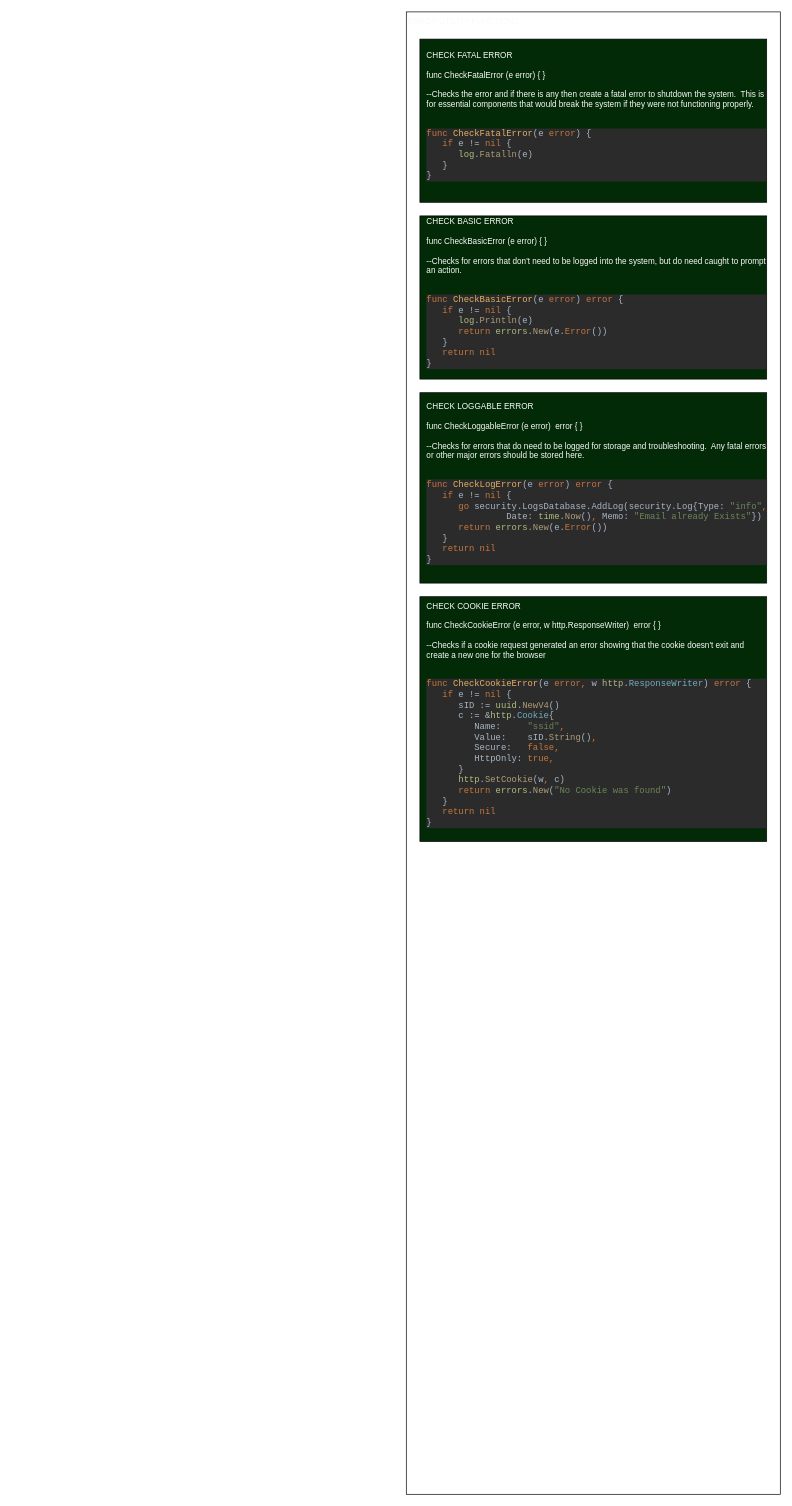
This is Errors.drawio from relicright/serverdrawing, a draw.io file, before an edit. Source tidied: cells renumbered, new cells numbered last; positions are measured from the earlier drawing's top-left corner, leaving out a move shared by most shapes. Both pictures are drawn from the tidied source at 68%, with x=0, y=0 at pixel (406, 12).
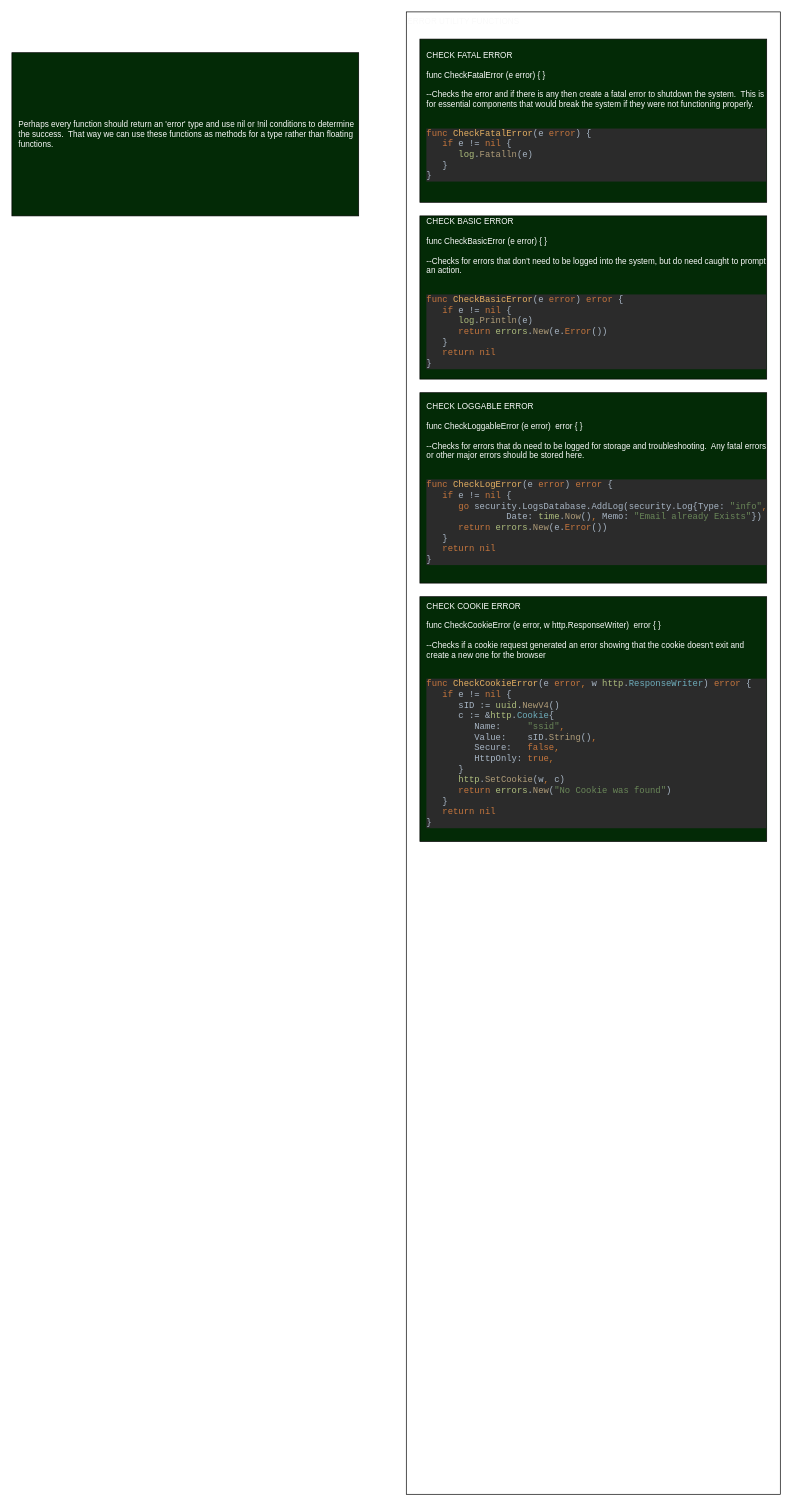
The same diagram, later.

Change to the diagram source:
```diff
@@
 <mxGraphModel>
   <root>
     <mxCell id="0" />
     <mxCell id="1" parent="0" />
     <mxCell id="2" value="ERROR UTILITY FUNCTIONS" style="rounded=0;whiteSpace=wrap;html=1;fontColor=#FAFAFA;align=left;verticalAlign=top;" parent="1" vertex="1">
       <mxGeometry width="550" height="2180" as="geometry" />
     </mxCell>
     <mxCell id="3" value="&lt;div&gt;CHECK FATAL ERROR&lt;br&gt;&lt;/div&gt;&lt;div&gt;&lt;br&gt;&lt;/div&gt;&lt;div&gt;func CheckFatalError (e error) { }&lt;/div&gt;&lt;div&gt;&lt;br&gt;&lt;/div&gt;&lt;div&gt;--Checks the error and if there is any then create a fatal error to shutdown the system.&amp;nbsp; This is for essential components that would break the system if they were not functioning properly.&lt;br&gt;&lt;/div&gt;&lt;div&gt;&lt;br&gt;&lt;/div&gt;&lt;div&gt;&lt;pre style=&quot;background-color: #2b2b2b ; color: #a9b7c6 ; font-family: &amp;#34;consolas&amp;#34; ; font-size: 9.8pt&quot;&gt;&lt;span style=&quot;color: #c7773e&quot;&gt;func &lt;/span&gt;&lt;span style=&quot;color: #e6b163&quot;&gt;CheckFatalError&lt;/span&gt;(e &lt;span style=&quot;color: #c7773e&quot;&gt;error&lt;/span&gt;) {&lt;br&gt;   &lt;span style=&quot;color: #c7773e&quot;&gt;if &lt;/span&gt;e != &lt;span style=&quot;color: #c7773e&quot;&gt;nil &lt;/span&gt;{&lt;br&gt;      &lt;span style=&quot;color: #afbf7e&quot;&gt;log&lt;/span&gt;.&lt;span style=&quot;color: #b09d79&quot;&gt;Fatalln&lt;/span&gt;(e)&lt;br&gt;   }&lt;br&gt;}&lt;/pre&gt;&lt;/div&gt;" style="rounded=0;whiteSpace=wrap;html=1;fontColor=#FAFAFA;align=left;spacingLeft=8;fillColor=#032A06;" parent="1" vertex="1">
       <mxGeometry x="20" y="40" width="510" height="240" as="geometry" />
     </mxCell>
     <mxCell id="4" value="&lt;div&gt;CHECK BASIC ERROR&lt;br&gt;&lt;/div&gt;&lt;div&gt;&lt;br&gt;&lt;/div&gt;&lt;div&gt;func CheckBasicError (e error) { }&lt;/div&gt;&lt;div&gt;&lt;br&gt;&lt;/div&gt;&lt;div&gt;--Checks for errors that don't need to be logged into the system, but do need caught to prompt an action.&lt;br&gt;&lt;/div&gt;&lt;div&gt;&lt;br&gt;&lt;/div&gt;&lt;div&gt;&lt;pre style=&quot;background-color: #2b2b2b ; color: #a9b7c6 ; font-family: &amp;#34;consolas&amp;#34; ; font-size: 9.8pt&quot;&gt;&lt;span style=&quot;color: #c7773e&quot;&gt;func &lt;/span&gt;&lt;span style=&quot;color: #e6b163&quot;&gt;CheckBasicError&lt;/span&gt;(e &lt;span style=&quot;color: #c7773e&quot;&gt;error&lt;/span&gt;) &lt;span style=&quot;color: #c7773e&quot;&gt;error &lt;/span&gt;{&lt;br&gt;   &lt;span style=&quot;color: #c7773e&quot;&gt;if &lt;/span&gt;e != &lt;span style=&quot;color: #c7773e&quot;&gt;nil &lt;/span&gt;{&lt;br&gt;      &lt;span style=&quot;color: #afbf7e&quot;&gt;log&lt;/span&gt;.&lt;span style=&quot;color: #b09d79&quot;&gt;Println&lt;/span&gt;(e)&lt;br&gt;      &lt;span style=&quot;color: #c7773e&quot;&gt;return &lt;/span&gt;&lt;span style=&quot;color: #afbf7e&quot;&gt;errors&lt;/span&gt;.&lt;span style=&quot;color: #b09d79&quot;&gt;New&lt;/span&gt;(e.&lt;span style=&quot;color: #c7773e&quot;&gt;Error&lt;/span&gt;())&lt;br&gt;   }&lt;br&gt;   &lt;span style=&quot;color: #c7773e&quot;&gt;return nil&lt;br&gt;&lt;/span&gt;}&lt;/pre&gt;&lt;/div&gt;" style="rounded=0;whiteSpace=wrap;html=1;fontColor=#FAFAFA;align=left;spacingLeft=8;fillColor=#032A06;" parent="1" vertex="1">
       <mxGeometry x="20" y="300" width="510" height="240" as="geometry" />
     </mxCell>
     <mxCell id="5" value="&lt;div&gt;CHECK LOGGABLE ERROR&lt;br&gt;&lt;/div&gt;&lt;div&gt;&lt;br&gt;&lt;/div&gt;&lt;div&gt;func CheckLoggableError (e error)&amp;nbsp; error { }&lt;/div&gt;&lt;div&gt;&lt;br&gt;&lt;/div&gt;&lt;div&gt;--Checks for errors that do need to be logged for storage and troubleshooting.&amp;nbsp; Any fatal errors or other major errors should be stored here.&lt;br&gt;&lt;/div&gt;&lt;div&gt;&lt;br&gt;&lt;/div&gt;&lt;div&gt;&lt;pre style=&quot;background-color: #2b2b2b ; color: #a9b7c6 ; font-family: &amp;#34;consolas&amp;#34; ; font-size: 9.8pt&quot;&gt;&lt;span style=&quot;color: #c7773e&quot;&gt;func &lt;/span&gt;&lt;span style=&quot;color: #e6b163&quot;&gt;CheckLogError&lt;/span&gt;(e &lt;span style=&quot;color: #c7773e&quot;&gt;error&lt;/span&gt;) &lt;span style=&quot;color: #c7773e&quot;&gt;error &lt;/span&gt;{&lt;br&gt;   &lt;span style=&quot;color: #c7773e&quot;&gt;if &lt;/span&gt;e != &lt;span style=&quot;color: #c7773e&quot;&gt;nil &lt;/span&gt;{&lt;br&gt;      &lt;span style=&quot;color: #c7773e&quot;&gt;go &lt;/span&gt;security.LogsDatabase.AddLog(security.Log{Type: &lt;span style=&quot;color: #6a8759&quot;&gt;&quot;info&quot;&lt;/span&gt;&lt;span style=&quot;color: #cc7832&quot;&gt;,&lt;br&gt;&lt;/span&gt;&lt;span style=&quot;color: #cc7832&quot;&gt;               &lt;/span&gt;Date: &lt;span style=&quot;color: #afbf7e&quot;&gt;time&lt;/span&gt;.&lt;span style=&quot;color: #b09d79&quot;&gt;Now&lt;/span&gt;()&lt;span style=&quot;color: #cc7832&quot;&gt;, &lt;/span&gt;Memo: &lt;span style=&quot;color: #6a8759&quot;&gt;&quot;Email already Exists&quot;&lt;/span&gt;})&lt;br&gt;      &lt;span style=&quot;color: #c7773e&quot;&gt;return &lt;/span&gt;&lt;span style=&quot;color: #afbf7e&quot;&gt;errors&lt;/span&gt;.&lt;span style=&quot;color: #b09d79&quot;&gt;New&lt;/span&gt;(e.&lt;span style=&quot;color: #c7773e&quot;&gt;Error&lt;/span&gt;())&lt;br&gt;   }&lt;br&gt;   &lt;span style=&quot;color: #c7773e&quot;&gt;return nil&lt;br&gt;&lt;/span&gt;}&lt;/pre&gt;&lt;/div&gt;" style="rounded=0;whiteSpace=wrap;html=1;fontColor=#FAFAFA;align=left;spacingLeft=8;fillColor=#032A06;" parent="1" vertex="1">
       <mxGeometry x="20" y="560" width="510" height="280" as="geometry" />
     </mxCell>
     <mxCell id="6" value="&lt;div&gt;CHECK COOKIE ERROR&lt;br&gt;&lt;/div&gt;&lt;div&gt;&lt;br&gt;&lt;/div&gt;&lt;div&gt;func CheckCookieError (e error, w http.ResponseWriter)&amp;nbsp; error { }&lt;/div&gt;&lt;div&gt;&lt;br&gt;&lt;/div&gt;&lt;div&gt;--Checks if a cookie request generated an error showing that the cookie doesn't exit and create a new one for the browser&lt;br&gt;&lt;/div&gt;&lt;div&gt;&lt;br&gt;&lt;/div&gt;&lt;div&gt;&lt;pre style=&quot;background-color: #2b2b2b ; color: #a9b7c6 ; font-family: &amp;#34;consolas&amp;#34; ; font-size: 9.8pt&quot;&gt;&lt;span style=&quot;color: #c7773e&quot;&gt;func &lt;/span&gt;&lt;span style=&quot;color: #e6b163&quot;&gt;CheckCookieError&lt;/span&gt;(e &lt;span style=&quot;color: #c7773e&quot;&gt;error&lt;/span&gt;&lt;span style=&quot;color: #cc7832&quot;&gt;, &lt;/span&gt;w &lt;span style=&quot;color: #afbf7e&quot;&gt;http&lt;/span&gt;.&lt;span style=&quot;color: #6fafbd&quot;&gt;ResponseWriter&lt;/span&gt;) &lt;span style=&quot;color: #c7773e&quot;&gt;error &lt;/span&gt;{&lt;br&gt;   &lt;span style=&quot;color: #c7773e&quot;&gt;if &lt;/span&gt;e != &lt;span style=&quot;color: #c7773e&quot;&gt;nil &lt;/span&gt;{&lt;br&gt;      sID := &lt;span style=&quot;color: #afbf7e&quot;&gt;uuid&lt;/span&gt;.&lt;span style=&quot;color: #b09d79&quot;&gt;NewV4&lt;/span&gt;()&lt;br&gt;      c := &amp;amp;&lt;span style=&quot;color: #afbf7e&quot;&gt;http&lt;/span&gt;.&lt;span style=&quot;color: #6fafbd&quot;&gt;Cookie&lt;/span&gt;{&lt;br&gt;         Name:     &lt;span style=&quot;color: #6a8759&quot;&gt;&quot;ssid&quot;&lt;/span&gt;&lt;span style=&quot;color: #cc7832&quot;&gt;,&lt;br&gt;&lt;/span&gt;&lt;span style=&quot;color: #cc7832&quot;&gt;         &lt;/span&gt;Value:    sID.&lt;span style=&quot;color: #b09d79&quot;&gt;String&lt;/span&gt;()&lt;span style=&quot;color: #cc7832&quot;&gt;,&lt;br&gt;&lt;/span&gt;&lt;span style=&quot;color: #cc7832&quot;&gt;         &lt;/span&gt;Secure:   &lt;span style=&quot;color: #c7773e&quot;&gt;false&lt;/span&gt;&lt;span style=&quot;color: #cc7832&quot;&gt;,&lt;br&gt;&lt;/span&gt;&lt;span style=&quot;color: #cc7832&quot;&gt;         &lt;/span&gt;HttpOnly: &lt;span style=&quot;color: #c7773e&quot;&gt;true&lt;/span&gt;&lt;span style=&quot;color: #cc7832&quot;&gt;,&lt;br&gt;&lt;/span&gt;&lt;span style=&quot;color: #cc7832&quot;&gt;      &lt;/span&gt;}&lt;br&gt;      &lt;span style=&quot;color: #afbf7e&quot;&gt;http&lt;/span&gt;.&lt;span style=&quot;color: #b09d79&quot;&gt;SetCookie&lt;/span&gt;(w&lt;span style=&quot;color: #cc7832&quot;&gt;, &lt;/span&gt;c)&lt;br&gt;      &lt;span style=&quot;color: #c7773e&quot;&gt;return &lt;/span&gt;&lt;span style=&quot;color: #afbf7e&quot;&gt;errors&lt;/span&gt;.&lt;span style=&quot;color: #b09d79&quot;&gt;New&lt;/span&gt;(&lt;span style=&quot;color: #6a8759&quot;&gt;&quot;No Cookie was found&quot;&lt;/span&gt;)&lt;br&gt;   }&lt;br&gt;   &lt;span style=&quot;color: #c7773e&quot;&gt;return nil&lt;br&gt;&lt;/span&gt;}&lt;/pre&gt;&lt;/div&gt;" style="rounded=0;whiteSpace=wrap;html=1;fontColor=#FAFAFA;align=left;spacingLeft=8;fillColor=#032A06;" parent="1" vertex="1">
       <mxGeometry x="20" y="860" width="510" height="360" as="geometry" />
     </mxCell>
+    <mxCell id="7" value="Perhaps every function should return an 'error' type and use nil or !nil conditions to determine the success.&amp;nbsp; That way we can use these functions as methods for a type rather than floating functions." style="rounded=0;whiteSpace=wrap;html=1;fontColor=#FAFAFA;align=left;spacingLeft=8;fillColor=#032A06;" parent="1" vertex="1">
+      <mxGeometry x="-580" y="60" width="510" height="240" as="geometry" />
+    </mxCell>
   </root>
 </mxGraphModel>
```
